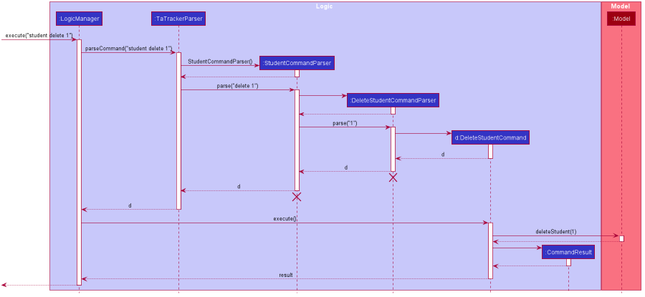
Earlier version of the PlantUML export docs/images/DeleteStudentSequenceDiagram.png (nus-cs2103-AY1920S2/addressbook-level3).
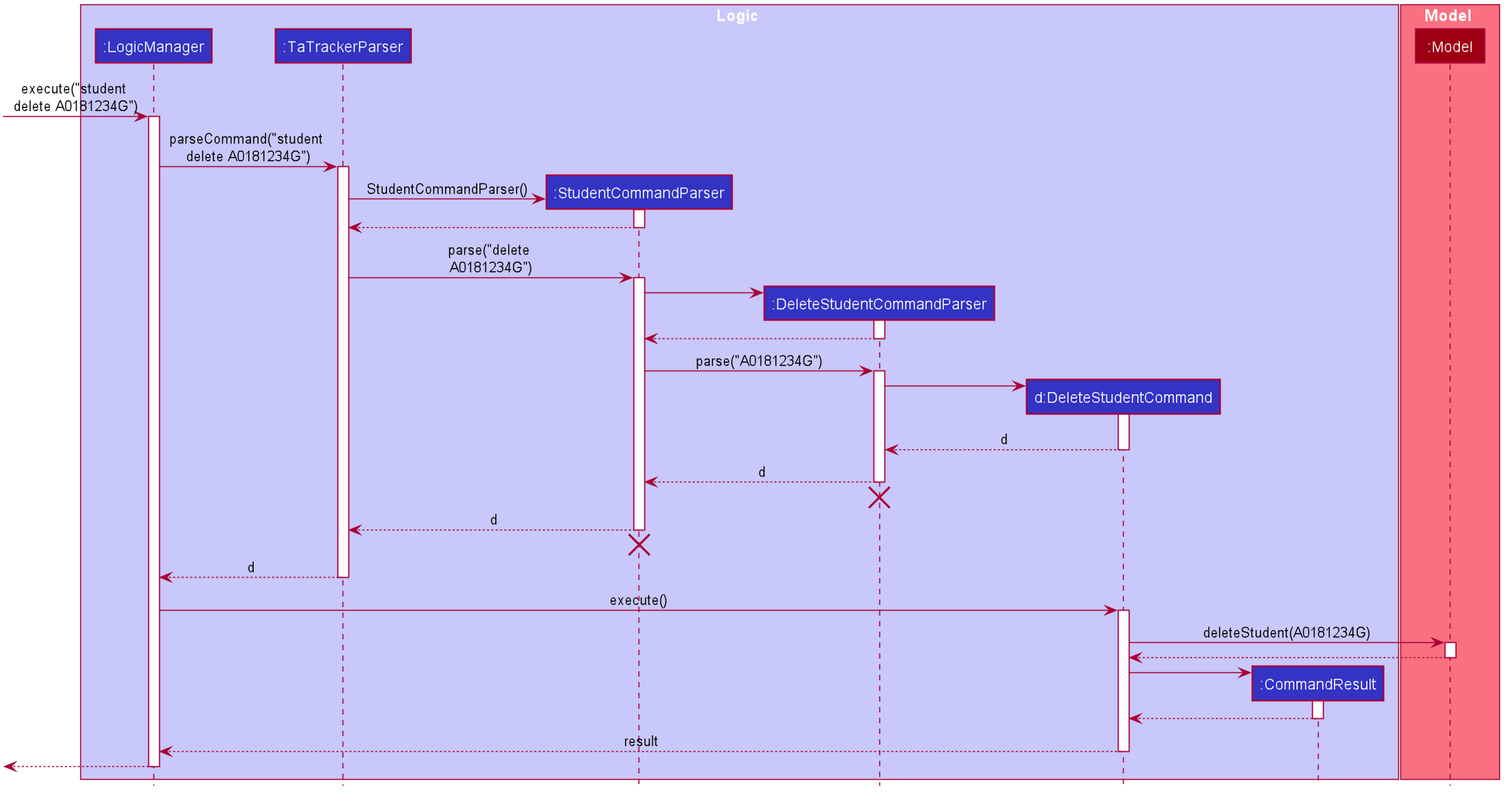
After the commit.

Change to the diagram source:
```diff
@@ -61,10 +61,10 @@
 participant ":Model" as Model #9D0012
 end box
 
-[-> LogicManager : execute("student delete 1")
+[-> LogicManager : execute("student \ndelete A0181234G")
 activate LogicManager
 
-LogicManager -> TaTrackerParser : parseCommand("student delete 1")
+LogicManager -> TaTrackerParser : parseCommand("student \ndelete A0181234G")
 activate TaTrackerParser
 
 create StudentCommandParser
@@ -74,7 +74,7 @@
 StudentCommandParser --> TaTrackerParser
 deactivate StudentCommandParser
 
-TaTrackerParser -> StudentCommandParser : parse("delete 1")
+TaTrackerParser -> StudentCommandParser : parse("delete \nA0181234G")
 activate StudentCommandParser
 
 create DeleteStudentCommandParser
@@ -84,7 +84,7 @@
 DeleteStudentCommandParser --> StudentCommandParser
 deactivate DeleteStudentCommandParser
 
-StudentCommandParser -> DeleteStudentCommandParser : parse("1")
+StudentCommandParser -> DeleteStudentCommandParser : parse("A0181234G")
 activate DeleteStudentCommandParser
 
 create DeleteStudentCommand
@@ -112,7 +112,7 @@
 LogicManager -> DeleteStudentCommand : execute()
 activate DeleteStudentCommand
 
-DeleteStudentCommand -> Model : deleteStudent(1)
+DeleteStudentCommand -> Model : deleteStudent(A0181234G)
 activate Model
 
 Model --> DeleteStudentCommand
```
